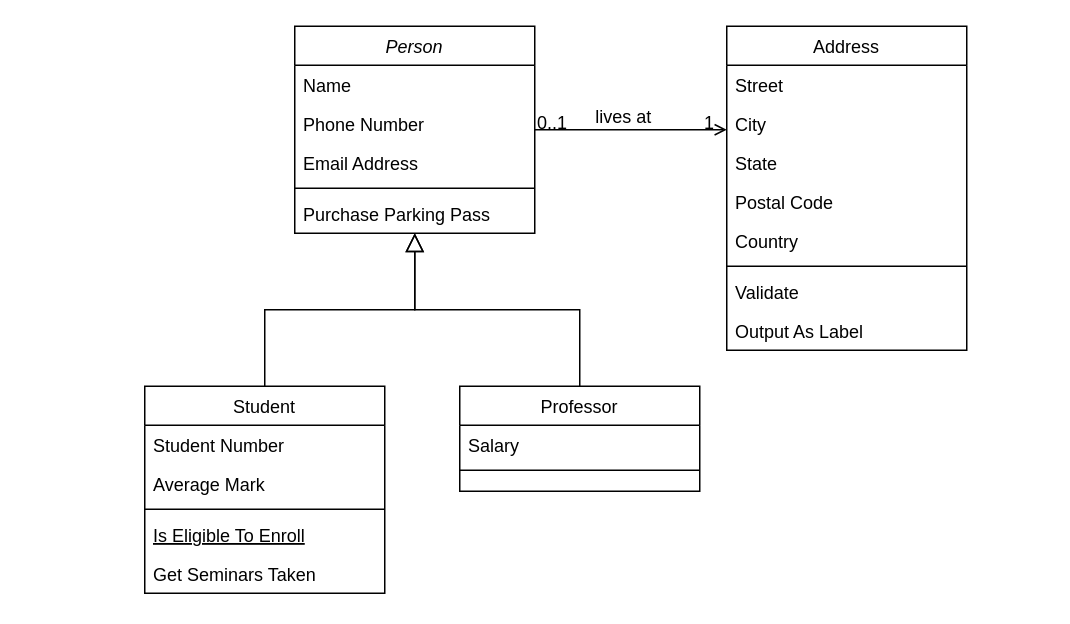
Earlier version of the draw.io diagram page "Page-1" (1 of 2) of Livrables/Untitled Diagram.drawio (cab-0807/Covid-19_Progression_Modeler). Source tidied: cells renumbered, new cells numbered last; positions are measured from the earlier drawing's top-left corner, leaving out a move shared by most shapes. Both pictures are drawn from the tidied source at 150%, with x=0, y=0 at pixel (144, 26).
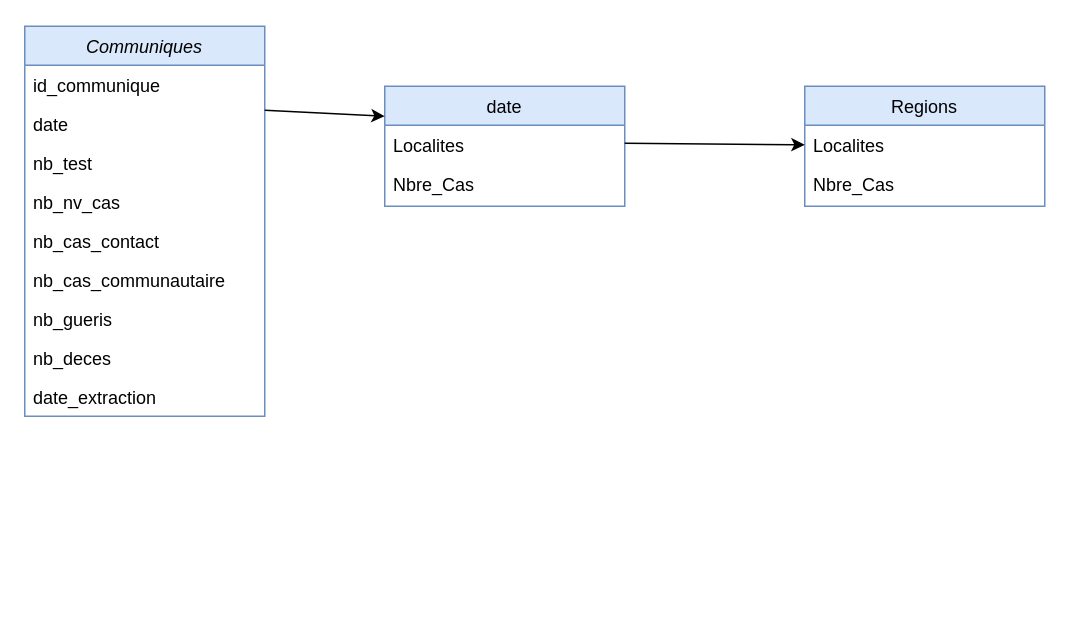
The same diagram, later.

The edit, as a diff of the source:
```diff
@@
-    <mxCell id="2" value="Person" style="swimlane;fontStyle=2;align=center;verticalAlign=top;horizontal=1;startSize=26;rounded=0;shadow=0;strokeWidth=1;" parent="1" vertex="1">
-      <mxGeometry x="100" width="160" height="138" as="geometry" />
+    <mxCell id="2" value="Communiques" style="swimlane;fontStyle=2;align=center;verticalAlign=top;horizontal=1;startSize=26;rounded=0;shadow=0;strokeWidth=1;fillColor=#dae8fc;strokeColor=#6c8ebf;" parent="1" vertex="1">
+      <mxGeometry x="-80" width="160" height="260" as="geometry" />
     </mxCell>
-    <mxCell id="3" value="Name" style="text;align=left;verticalAlign=top;spacingLeft=4;spacingRight=4;overflow=hidden;" parent="2" vertex="1">
+    <mxCell id="3" value="id_communique" style="text;align=left;verticalAlign=top;spacingLeft=4;spacingRight=4;overflow=hidden;" parent="2" vertex="1">
       <mxGeometry y="26" width="160" height="26" as="geometry" />
     </mxCell>
-    <mxCell id="4" value="Phone Number" style="text;align=left;verticalAlign=top;spacingLeft=4;spacingRight=4;overflow=hidden;points=[[0,0.5],[1,0.5]];portConstraint=eastwest;rounded=0;shadow=0;html=0;" parent="2" vertex="1">
+    <mxCell id="4" value="date" style="text;align=left;verticalAlign=top;spacingLeft=4;spacingRight=4;overflow=hidden;points=[[0,0.5],[1,0.5]];portConstraint=eastwest;rounded=0;shadow=0;html=0;" parent="2" vertex="1">
       <mxGeometry y="52" width="160" height="26" as="geometry" />
     </mxCell>
-    <mxCell id="5" value="Email Address" style="text;align=left;verticalAlign=top;spacingLeft=4;spacingRight=4;overflow=hidden;rounded=0;shadow=0;html=0;" parent="2" vertex="1">
+    <mxCell id="5" value="nb_test" style="text;align=left;verticalAlign=top;spacingLeft=4;spacingRight=4;overflow=hidden;rounded=0;shadow=0;html=0;" parent="2" vertex="1">
       <mxGeometry y="78" width="160" height="26" as="geometry" />
     </mxCell>
-    <mxCell id="6" style="line;html=1;strokeWidth=1;align=left;verticalAlign=middle;spacingTop=-1;spacingLeft=3;spacingRight=3;labelPosition=right;" parent="2" vertex="1">
-      <mxGeometry y="104" width="160" height="8" as="geometry" />
-    </mxCell>
-    <mxCell id="7" value="Purchase Parking Pass" style="text;align=left;verticalAlign=top;spacingLeft=4;spacingRight=4;overflow=hidden;" parent="2" vertex="1">
-      <mxGeometry y="112" width="160" height="26" as="geometry" />
+    <mxCell id="7" value="nb_nv_cas" style="text;align=left;verticalAlign=top;spacingLeft=4;spacingRight=4;overflow=hidden;" parent="2" vertex="1">
+      <mxGeometry y="104" width="160" height="26" as="geometry" />
     </mxCell>
+    <mxCell id="32" value="nb_cas_contact" style="text;align=left;verticalAlign=top;spacingLeft=4;spacingRight=4;overflow=hidden;rounded=0;shadow=0;html=0;" parent="2" vertex="1">
+      <mxGeometry y="130" width="160" height="26" as="geometry" />
+    </mxCell>
+    <mxCell id="33" value="nb_cas_communautaire" style="text;align=left;verticalAlign=top;spacingLeft=4;spacingRight=4;overflow=hidden;rounded=0;shadow=0;html=0;" parent="2" vertex="1">
+      <mxGeometry y="156" width="160" height="26" as="geometry" />
+    </mxCell>
+    <mxCell id="34" value="nb_gueris" style="text;align=left;verticalAlign=top;spacingLeft=4;spacingRight=4;overflow=hidden;rounded=0;shadow=0;html=0;" parent="2" vertex="1">
+      <mxGeometry y="182" width="160" height="26" as="geometry" />
+    </mxCell>
+    <mxCell id="35" value="nb_deces" style="text;align=left;verticalAlign=top;spacingLeft=4;spacingRight=4;overflow=hidden;rounded=0;shadow=0;html=0;" parent="2" vertex="1">
+      <mxGeometry y="208" width="160" height="26" as="geometry" />
+    </mxCell>
+    <mxCell id="36" value="date_extraction" style="text;align=left;verticalAlign=top;spacingLeft=4;spacingRight=4;overflow=hidden;rounded=0;shadow=0;html=0;" parent="2" vertex="1">
+      <mxGeometry y="234" width="160" height="26" as="geometry" />
+    </mxCell>
-    <mxCell id="8" value="Student" style="swimlane;fontStyle=0;align=center;verticalAlign=top;horizontal=1;startSize=26;rounded=0;shadow=0;strokeWidth=1;" parent="1" vertex="1">
-      <mxGeometry y="240" width="160" height="138" as="geometry" />
+    <mxCell id="8" value="date" style="swimlane;fontStyle=0;align=center;verticalAlign=top;horizontal=1;startSize=26;rounded=0;shadow=0;strokeWidth=1;fillColor=#dae8fc;strokeColor=#6c8ebf;" parent="1" vertex="1">
+      <mxGeometry x="160" y="40" width="160" height="80" as="geometry" />
     </mxCell>
-    <mxCell id="9" value="Student Number" style="text;align=left;verticalAlign=top;spacingLeft=4;spacingRight=4;overflow=hidden;" parent="8" vertex="1">
+    <mxCell id="9" value="Localites" style="text;align=left;verticalAlign=top;spacingLeft=4;spacingRight=4;overflow=hidden;" parent="8" vertex="1">
       <mxGeometry y="26" width="160" height="26" as="geometry" />
     </mxCell>
-    <mxCell id="10" value="Average Mark" style="text;align=left;verticalAlign=top;spacingLeft=4;spacingRight=4;overflow=hidden;rounded=0;shadow=0;html=0;" parent="8" vertex="1">
+    <mxCell id="10" value="Nbre_Cas" style="text;align=left;verticalAlign=top;spacingLeft=4;spacingRight=4;overflow=hidden;rounded=0;shadow=0;html=0;" parent="8" vertex="1">
       <mxGeometry y="52" width="160" height="26" as="geometry" />
     </mxCell>
-    <mxCell id="11" style="line;html=1;strokeWidth=1;align=left;verticalAlign=middle;spacingTop=-1;spacingLeft=3;spacingRight=3;labelPosition=right;" parent="8" vertex="1">
-      <mxGeometry y="78" width="160" height="8" as="geometry" />
-    </mxCell>
-    <mxCell id="12" value="Is Eligible To Enroll" style="text;align=left;verticalAlign=top;spacingLeft=4;spacingRight=4;overflow=hidden;fontStyle=4;" parent="8" vertex="1">
-      <mxGeometry y="86" width="160" height="26" as="geometry" />
-    </mxCell>
-    <mxCell id="13" value="Get Seminars Taken" style="text;align=left;verticalAlign=top;spacingLeft=4;spacingRight=4;overflow=hidden;" parent="8" vertex="1">
-      <mxGeometry y="112" width="160" height="26" as="geometry" />
-    </mxCell>
-    <mxCell id="14" style="endArrow=block;endSize=10;endFill=0;shadow=0;strokeWidth=1;rounded=0;edgeStyle=elbowEdgeStyle;elbow=vertical;" parent="1" edge="1" source="8" target="2">
-      <mxGeometry relative="1" as="geometry" />
-    </mxCell>
-    <mxCell id="15" value="Professor" style="swimlane;fontStyle=0;align=center;verticalAlign=top;horizontal=1;startSize=26;rounded=0;shadow=0;strokeWidth=1;" parent="1" vertex="1">
-      <mxGeometry x="210" y="240" width="160" height="70" as="geometry" />
-    </mxCell>
-    <mxCell id="16" value="Salary" style="text;align=left;verticalAlign=top;spacingLeft=4;spacingRight=4;overflow=hidden;" parent="15" vertex="1">
-      <mxGeometry y="26" width="160" height="26" as="geometry" />
-    </mxCell>
-    <mxCell id="17" style="line;html=1;strokeWidth=1;align=left;verticalAlign=middle;spacingTop=-1;spacingLeft=3;spacingRight=3;labelPosition=right;" parent="15" vertex="1">
-      <mxGeometry y="52" width="160" height="8" as="geometry" />
-    </mxCell>
-    <mxCell id="18" style="endArrow=block;endSize=10;endFill=0;shadow=0;strokeWidth=1;rounded=0;edgeStyle=elbowEdgeStyle;elbow=vertical;" parent="1" edge="1" source="15" target="2">
-      <mxGeometry relative="1" as="geometry" />
-    </mxCell>
-    <mxCell id="19" value="Address" style="swimlane;fontStyle=0;align=center;verticalAlign=top;horizontal=1;startSize=26;rounded=0;shadow=0;strokeWidth=1;" parent="1" vertex="1">
-      <mxGeometry x="388" width="160" height="216" as="geometry" />
+    <mxCell id="19" value="Regions" style="swimlane;fontStyle=0;align=center;verticalAlign=top;horizontal=1;startSize=26;rounded=0;shadow=0;strokeWidth=1;fillColor=#dae8fc;strokeColor=#6c8ebf;" parent="1" vertex="1">
+      <mxGeometry x="440" y="40" width="160" height="80" as="geometry" />
     </mxCell>
-    <mxCell id="20" value="Street" style="text;align=left;verticalAlign=top;spacingLeft=4;spacingRight=4;overflow=hidden;points=[[0,0.5],[1,0.5]];portConstraint=eastwest;" parent="19" vertex="1">
+    <mxCell id="20" value="Localites" style="text;align=left;verticalAlign=top;spacingLeft=4;spacingRight=4;overflow=hidden;points=[[0,0.5],[1,0.5]];portConstraint=eastwest;" parent="19" vertex="1">
       <mxGeometry y="26" width="160" height="26" as="geometry" />
     </mxCell>
-    <mxCell id="21" value="City" style="text;align=left;verticalAlign=top;spacingLeft=4;spacingRight=4;overflow=hidden;rounded=0;shadow=0;html=0;" parent="19" vertex="1">
+    <mxCell id="21" value="Nbre_Cas" style="text;align=left;verticalAlign=top;spacingLeft=4;spacingRight=4;overflow=hidden;rounded=0;shadow=0;html=0;" parent="19" vertex="1">
       <mxGeometry y="52" width="160" height="26" as="geometry" />
     </mxCell>
-    <mxCell id="22" value="State" style="text;align=left;verticalAlign=top;spacingLeft=4;spacingRight=4;overflow=hidden;rounded=0;shadow=0;html=0;" parent="19" vertex="1">
-      <mxGeometry y="78" width="160" height="26" as="geometry" />
-    </mxCell>
-    <mxCell id="23" value="Postal Code" style="text;align=left;verticalAlign=top;spacingLeft=4;spacingRight=4;overflow=hidden;rounded=0;shadow=0;html=0;" parent="19" vertex="1">
-      <mxGeometry y="104" width="160" height="26" as="geometry" />
-    </mxCell>
-    <mxCell id="24" value="Country" style="text;align=left;verticalAlign=top;spacingLeft=4;spacingRight=4;overflow=hidden;rounded=0;shadow=0;html=0;" parent="19" vertex="1">
-      <mxGeometry y="130" width="160" height="26" as="geometry" />
-    </mxCell>
-    <mxCell id="25" style="line;html=1;strokeWidth=1;align=left;verticalAlign=middle;spacingTop=-1;spacingLeft=3;spacingRight=3;labelPosition=right;" parent="19" vertex="1">
-      <mxGeometry y="156" width="160" height="8" as="geometry" />
-    </mxCell>
-    <mxCell id="26" value="Validate" style="text;align=left;verticalAlign=top;spacingLeft=4;spacingRight=4;overflow=hidden;" parent="19" vertex="1">
-      <mxGeometry y="164" width="160" height="26" as="geometry" />
-    </mxCell>
-    <mxCell id="27" value="Output As Label" style="text;align=left;verticalAlign=top;spacingLeft=4;spacingRight=4;overflow=hidden;" parent="19" vertex="1">
-      <mxGeometry y="190" width="160" height="26" as="geometry" />
-    </mxCell>
-    <mxCell id="28" style="endArrow=open;shadow=0;strokeWidth=1;rounded=0;endFill=1;edgeStyle=elbowEdgeStyle;elbow=vertical;" parent="1" edge="1" source="2" target="19">
-      <mxGeometry x="0.5" y="41" relative="1" as="geometry">
-        <mxPoint x="-40" y="32" as="offset" />
-      </mxGeometry>
-    </mxCell>
-    <mxCell id="29" value="0..1" style="align=left;verticalAlign=bottom;labelBackgroundColor=none;fontSize=12;" parent="28" vertex="1">
-      <mxGeometry x="-1" relative="1" as="geometry">
-        <mxPoint y="4" as="offset" />
-      </mxGeometry>
-    </mxCell>
-    <mxCell id="30" value="1" style="align=right;verticalAlign=bottom;labelBackgroundColor=none;fontSize=12;" parent="28" vertex="1">
-      <mxGeometry x="1" relative="1" as="geometry">
-        <mxPoint x="-7" y="4" as="offset" />
-      </mxGeometry>
-    </mxCell>
-    <mxCell id="31" value="lives at" style="text;html=1;align=center;verticalAlign=middle;labelBackgroundColor=none;rounded=0;shadow=0;strokeWidth=1;fontSize=12;" parent="28" vertex="1">
-      <mxGeometry x="0.5" y="49" relative="1" as="geometry">
-        <mxPoint x="-38" y="40" as="offset" />
-      </mxGeometry>
-    </mxCell>
+    <mxCell id="37" style="endArrow=classic;html=1;exitX=1;exitY=0.154;exitDx=0;exitDy=0;exitPerimeter=0;entryX=0;entryY=0.25;entryDx=0;entryDy=0;" parent="1" edge="1" source="4" target="8">
+      <mxGeometry relative="1" as="geometry" />
+    </mxCell>
+    <mxCell id="38" style="endArrow=classic;html=1;exitX=1;exitY=0.154;exitDx=0;exitDy=0;exitPerimeter=0;entryX=0;entryY=0.5;entryDx=0;entryDy=0;" parent="1" edge="1" target="20">
+      <mxGeometry relative="1" as="geometry">
+        <mxPoint x="320" y="78" as="sourcePoint" />
+      </mxGeometry>
+    </mxCell>
```
